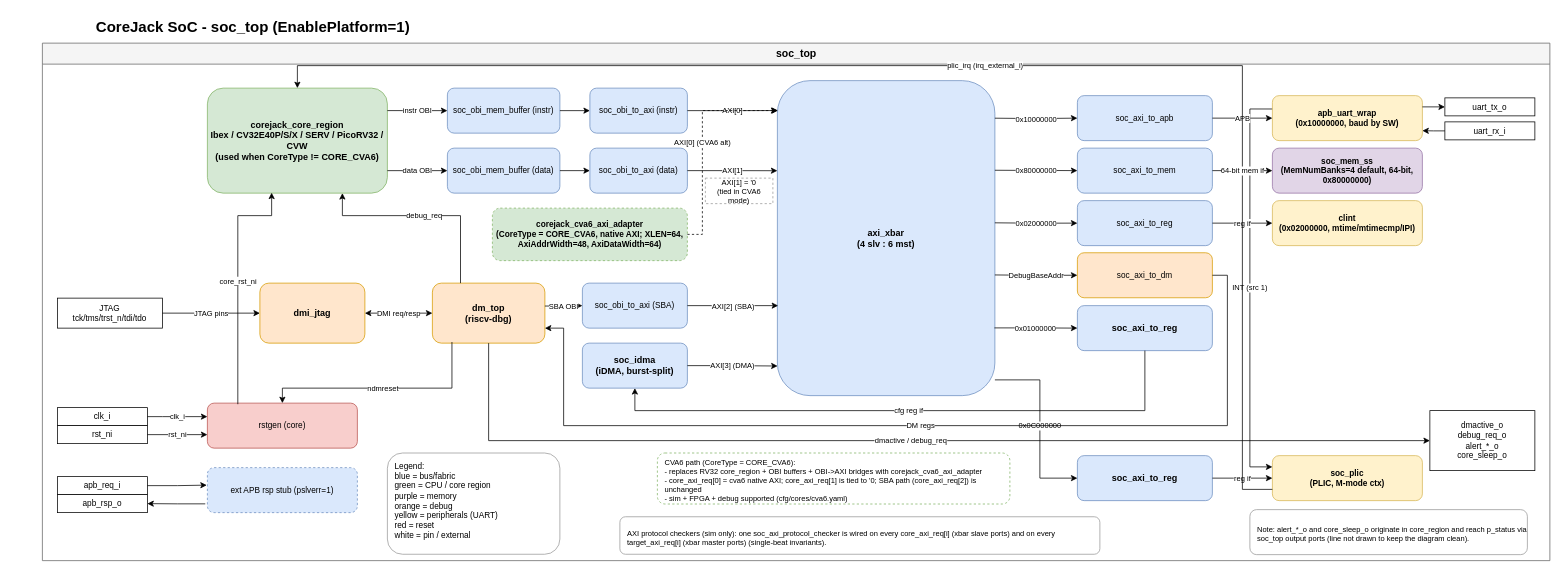
The draw.io diagram page "SoC Top-Level" (1 of 8) of docs/media/corejack_soc.drawio in patrickerich/corejack, before the edit. Source tidied: cells renumbered, new cells numbered last; positions are measured from the earlier drawing's top-left corner, leaving out a move shared by most shapes. Both pictures are drawn from the tidied source at 75%, with x=0, y=0 at pixel (13, 13).
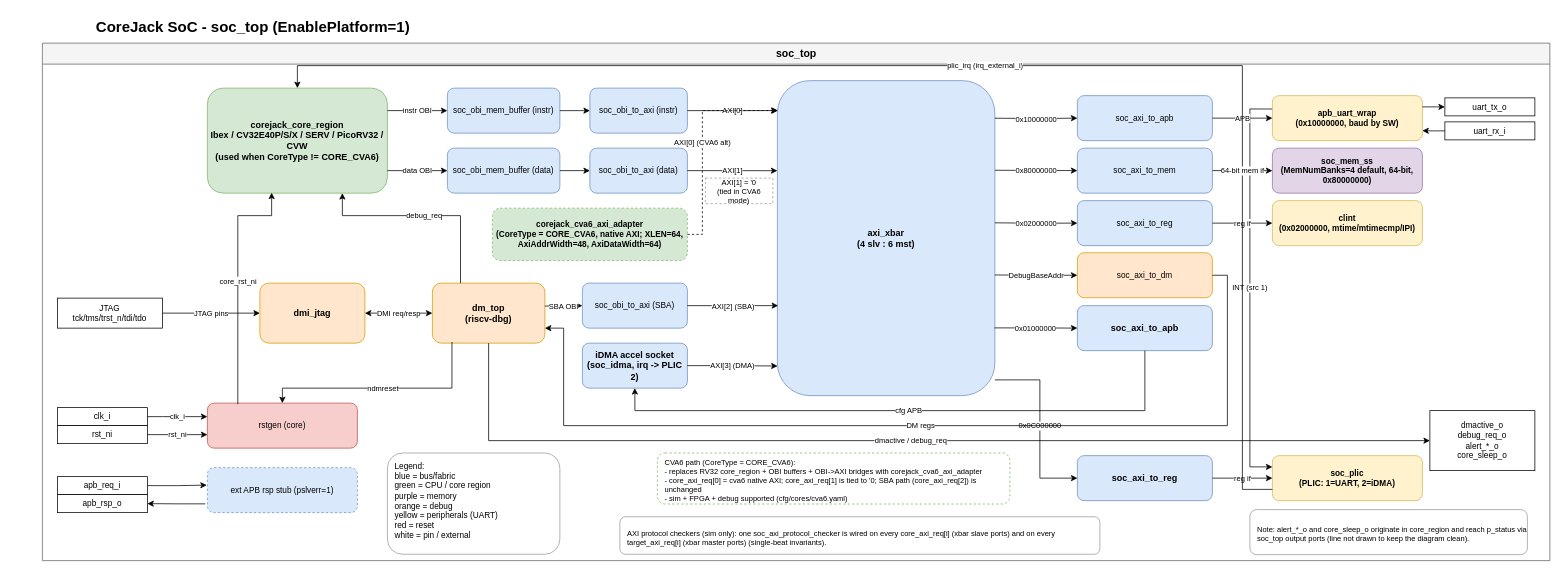
The same page after the edit.

The change refers to these unchanged cells:
```xml
<mxCell id="3" value="soc_top" style="swimlane;fontSize=14;fontStyle=1;html=1;startSize=28;fillColor=#F5F5F5;strokeColor=#666666;swimlaneFillColor=#FFFFFF;" parent="1" vertex="1">
  <mxGeometry x="39" y="40" width="2010" height="690" as="geometry" />
</mxCell>
```

The edit, as a diff of the source:
```diff
@@
-    <mxCell id="23" value="soc_idma&#10;(iDMA, burst-split)" style="rounded=1;whiteSpace=wrap;html=1;fillColor=#dae8fc;strokeColor=#6c8ebf;fontSize=12;fontStyle=1;verticalAlign=middle;" parent="3" vertex="1">
+    <mxCell id="23" value="iDMA accel socket&#10;(soc_idma, irq -&gt; PLIC 2)" style="rounded=1;whiteSpace=wrap;html=1;fillColor=#dae8fc;strokeColor=#6c8ebf;fontSize=12;fontStyle=1;verticalAlign=middle;" parent="3" vertex="1">
       <mxGeometry x="720" y="400" width="140" height="60" as="geometry" />
     </mxCell>
-    <mxCell id="24" value="soc_axi_to_reg" style="rounded=1;whiteSpace=wrap;html=1;fillColor=#dae8fc;strokeColor=#6c8ebf;fontSize=12;fontStyle=1;verticalAlign=middle;" parent="3" vertex="1">
+    <mxCell id="24" value="soc_axi_to_apb" style="rounded=1;whiteSpace=wrap;html=1;fillColor=#dae8fc;strokeColor=#6c8ebf;fontSize=12;fontStyle=1;verticalAlign=middle;" parent="3" vertex="1">
       <mxGeometry x="1380" y="350" width="180" height="60" as="geometry" />
     </mxCell>
@@
-    <mxCell id="26" value="soc_plic&#10;(PLIC, M-mode ctx)" style="rounded=1;whiteSpace=wrap;html=1;fillColor=#fff2cc;strokeColor=#d6b656;fontSize=11;fontStyle=1;verticalAlign=middle;" parent="3" vertex="1">
+    <mxCell id="26" value="soc_plic&#10;(PLIC: 1=UART, 2=iDMA)" style="rounded=1;whiteSpace=wrap;html=1;fillColor=#fff2cc;strokeColor=#d6b656;fontSize=11;fontStyle=1;verticalAlign=middle;" parent="3" vertex="1">
       <mxGeometry x="1640" y="550" width="200" height="60" as="geometry" />
     </mxCell>
@@
-    <mxCell id="32" value="cfg reg if" style="endArrow=classic;html=1;edgeStyle=orthogonalEdgeStyle;rounded=0;fontSize=10;exitX=0.5;exitY=1;entryX=0.5;entryY=1;entryDx=0;entryDy=0;" parent="3" edge="1" source="24" target="23">
+    <mxCell id="32" value="cfg APB" style="endArrow=classic;html=1;edgeStyle=orthogonalEdgeStyle;rounded=0;fontSize=10;exitX=0.5;exitY=1;entryX=0.5;entryY=1;entryDx=0;entryDy=0;" parent="3" edge="1" source="24" target="23">
       <mxGeometry relative="1" as="geometry">
         <Array as="points">
           <mxPoint x="1470" y="490" />
           <mxPoint x="790" y="490" />
         </Array>
       </mxGeometry>
     </mxCell>
```
